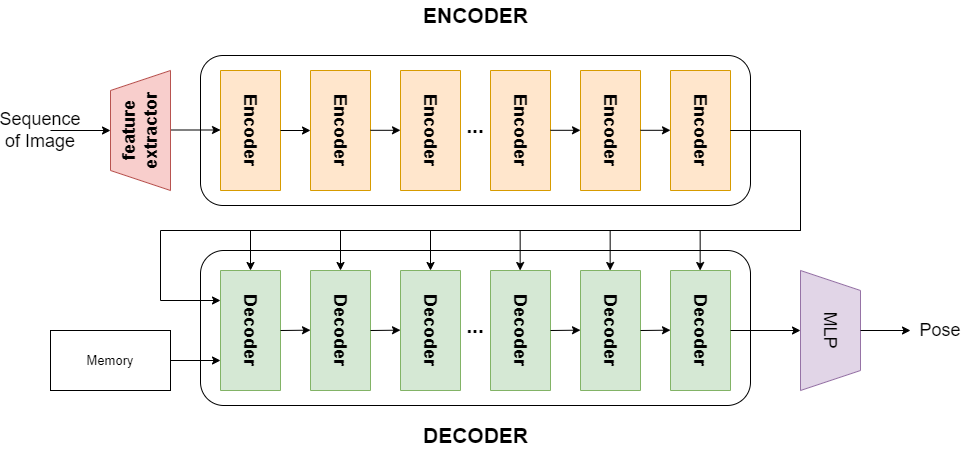
This is images/4_1_encoder_decoder.png from WenXiaowei/MasterDegreeThesis, a draw.io export, as it was before one commit. Source tidied: cells renumbered, new cells last; positions are measured from the earlier drawing's top-left corner, leaving out a move shared by most shapes.
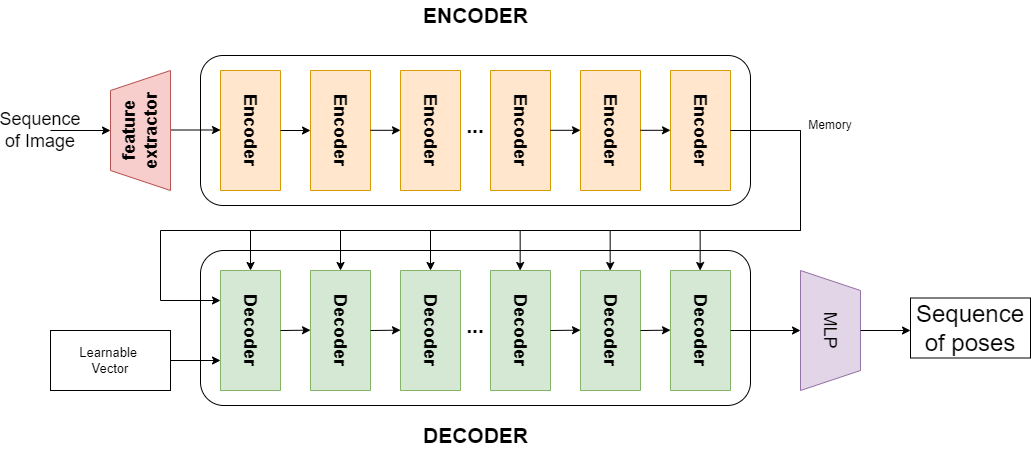
The same file after the commit.

Change to the diagram source:
```diff
@@ -175,9 +175,6 @@
         <mxPoint x="900" y="330" as="targetPoint" />
       </mxGeometry>
     </mxCell>
-    <mxCell id="41" value="Pose" style="text;html=1;strokeColor=none;fillColor=none;align=center;verticalAlign=middle;whiteSpace=wrap;rounded=0;labelBackgroundColor=none;labelBorderColor=none;fontSize=18;" parent="1" vertex="1">
-      <mxGeometry x="900" y="315" width="60" height="30" as="geometry" />
-    </mxCell>
     <mxCell id="42" value="DECODER" style="text;html=1;strokeColor=none;fillColor=none;align=center;verticalAlign=middle;whiteSpace=wrap;rounded=0;labelBackgroundColor=none;labelBorderColor=none;fontSize=21;fontStyle=1;" parent="1" vertex="1">
       <mxGeometry x="337.5" y="420" width="255" height="30" as="geometry" />
     </mxCell>
@@ -186,8 +183,14 @@
         <mxPoint x="210" y="360" as="targetPoint" />
       </mxGeometry>
     </mxCell>
-    <mxCell id="44" value="Memory" style="rounded=0;whiteSpace=wrap;html=1;fontSize=13;" parent="1" vertex="1">
+    <mxCell id="44" value="Learnable&amp;nbsp;&lt;br&gt;Vector" style="rounded=0;whiteSpace=wrap;html=1;fontSize=13;" parent="1" vertex="1">
       <mxGeometry x="40" y="330" width="120" height="60" as="geometry" />
     </mxCell>
+    <mxCell id="45" value="Memory" style="text;html=1;strokeColor=none;fillColor=none;align=center;verticalAlign=middle;whiteSpace=wrap;rounded=0;" parent="1" vertex="1">
+      <mxGeometry x="790" y="110" width="60" height="30" as="geometry" />
+    </mxCell>
+    <mxCell id="46" value="Sequence of poses" style="rounded=0;whiteSpace=wrap;html=1;fillStyle=solid;fontSize=24;" parent="1" vertex="1">
+      <mxGeometry x="900" y="297.5" width="120" height="60" as="geometry" />
+    </mxCell>
   </root>
 </mxGraphModel>
```
